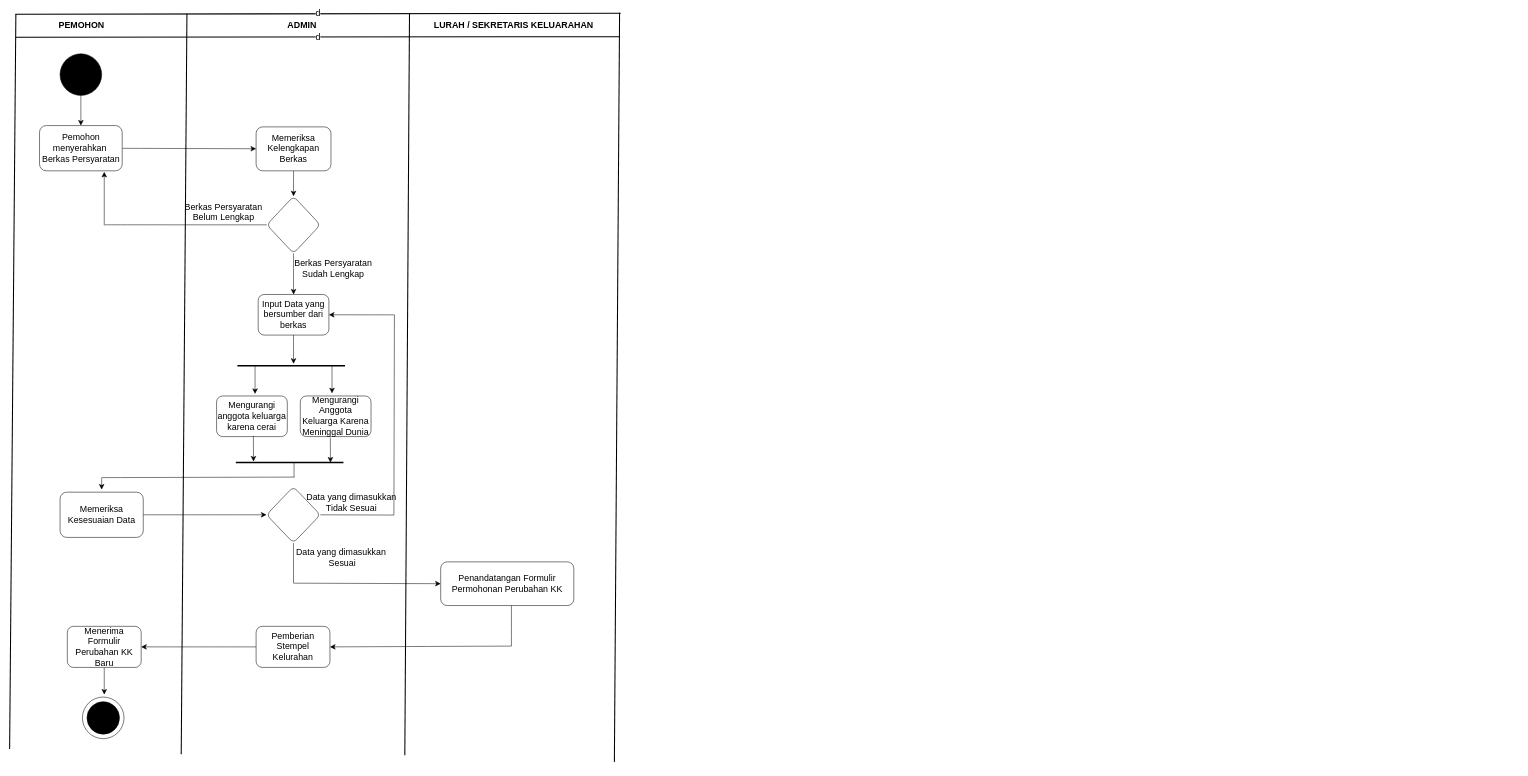
This is Entity PKL.drawio from dickisepto/Latihan-GIT, a draw.io file, before an edit. Source tidied: cells renumbered, new cells numbered last; positions are measured from the earlier drawing's top-left corner, leaving out a move shared by most shapes. Both pictures are drawn from the tidied source at 52%, with x=0, y=0 at pixel (9, 12).
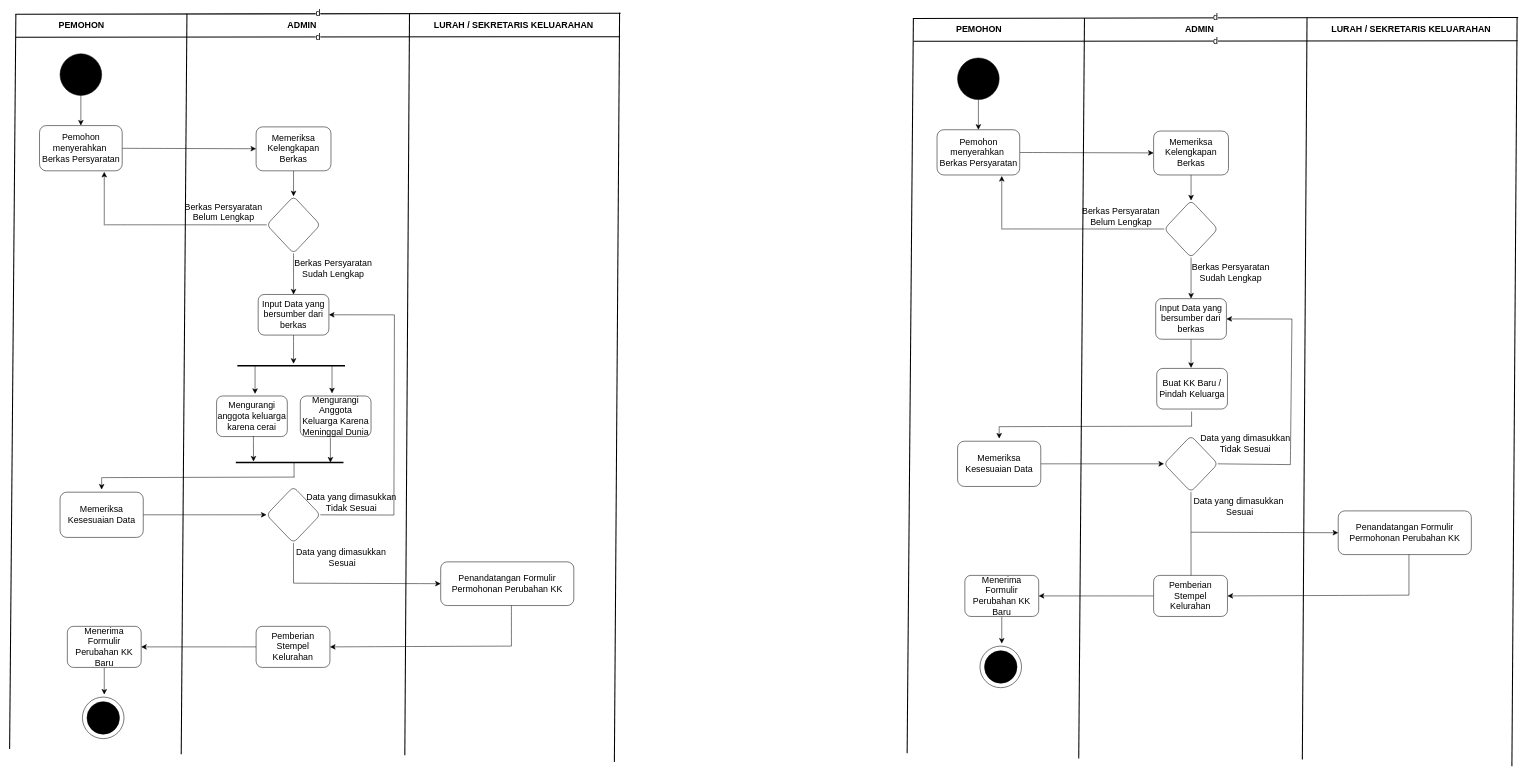
The same page after the edit.

The edit, as a diff of the source:
```diff
@@
+    <mxCell id="55" value="d" style="endArrow=none;html=1;rounded=0;strokeColor=default;strokeWidth=2;fontSize=17;" parent="1" edge="1">
+      <mxGeometry relative="1" as="geometry">
+        <mxPoint x="1737" y="11" as="sourcePoint" />
+        <mxPoint x="2901" y="9" as="targetPoint" />
+      </mxGeometry>
+    </mxCell>
+    <mxCell id="56" value="PEMOHON" style="text;html=1;align=center;verticalAlign=middle;strokeColor=none;fillColor=none;fontSize=17;strokeWidth=2;fontStyle=1;" parent="1" vertex="1">
+      <mxGeometry x="1809" y="16" width="109" height="32" as="geometry" />
+    </mxCell>
+    <mxCell id="57" value="ADMIN" style="text;html=1;align=center;verticalAlign=middle;fontSize=17;strokeWidth=2;fontStyle=1;" parent="1" vertex="1">
+      <mxGeometry x="2251" y="16" width="73" height="32" as="geometry" />
+    </mxCell>
+    <mxCell id="58" value="LURAH / SEKRETARIS KELUARAHAN" style="text;html=1;align=center;verticalAlign=middle;strokeColor=none;fillColor=none;fontSize=17;strokeWidth=2;fontStyle=1;" parent="1" vertex="1">
+      <mxGeometry x="2535" y="16" width="320" height="32" as="geometry" />
+    </mxCell>
+    <mxCell id="59" value="d" style="endArrow=none;html=1;rounded=0;strokeColor=default;strokeWidth=2;fontSize=17;" parent="1" edge="1">
+      <mxGeometry relative="1" as="geometry">
+        <mxPoint x="1738" y="55" as="sourcePoint" />
+        <mxPoint x="2900" y="54" as="targetPoint" />
+      </mxGeometry>
+    </mxCell>
+    <mxCell id="60" style="endArrow=none;html=1;rounded=0;fontSize=17;startSize=8;endSize=8;curved=1;strokeWidth=2;" parent="1" edge="1">
+      <mxGeometry relative="1" as="geometry">
+        <mxPoint x="1726" y="1424" as="sourcePoint" />
+        <mxPoint x="1738" y="11" as="targetPoint" />
+      </mxGeometry>
+    </mxCell>
+    <mxCell id="61" style="endArrow=none;html=1;rounded=0;fontSize=12;startSize=8;endSize=8;curved=1;strokeWidth=2;" parent="1" edge="1">
+      <mxGeometry relative="1" as="geometry">
+        <mxPoint x="2889" y="1449" as="sourcePoint" />
+        <mxPoint x="2899" y="8" as="targetPoint" />
+      </mxGeometry>
+    </mxCell>
+    <mxCell id="62" style="endArrow=none;html=1;rounded=0;fontSize=12;startSize=8;endSize=8;curved=1;strokeWidth=2;" parent="1" edge="1">
+      <mxGeometry relative="1" as="geometry">
+        <mxPoint x="2056" y="1434" as="sourcePoint" />
+        <mxPoint x="2067" y="10" as="targetPoint" />
+      </mxGeometry>
+    </mxCell>
+    <mxCell id="63" style="endArrow=none;html=1;rounded=0;fontSize=12;startSize=8;endSize=8;curved=1;strokeWidth=2;" parent="1" edge="1">
+      <mxGeometry relative="1" as="geometry">
+        <mxPoint x="2486" y="1436" as="sourcePoint" />
+        <mxPoint x="2495" y="9" as="targetPoint" />
+      </mxGeometry>
+    </mxCell>
+    <mxCell id="64" style="edgeStyle=none;curved=1;rounded=0;jettySize=auto;html=1;entryX=0.5;entryY=0;entryDx=0;entryDy=0;fontSize=17;startSize=8;endSize=8;" parent="1" edge="1" source="65" target="67">
+      <mxGeometry relative="1" as="geometry" />
+    </mxCell>
+    <mxCell id="65" style="ellipse;whiteSpace=wrap;html=1;fontSize=17;fillColor=#000000;" parent="1" vertex="1">
+      <mxGeometry x="1823" y="87" width="80" height="80" as="geometry" />
+    </mxCell>
+    <mxCell id="66" style="edgeStyle=none;curved=1;rounded=0;jettySize=auto;html=1;fontSize=17;startSize=8;endSize=8;" parent="1" edge="1" source="67" target="69">
+      <mxGeometry relative="1" as="geometry" />
+    </mxCell>
+    <mxCell id="67" value="Pemohon menyerahkan&amp;nbsp; Berkas Persyaratan" style="rounded=1;whiteSpace=wrap;html=1;fontSize=17;" parent="1" vertex="1">
+      <mxGeometry x="1783.5" y="225" width="159" height="87" as="geometry" />
+    </mxCell>
+    <mxCell id="68" style="edgeStyle=none;curved=1;rounded=0;jettySize=auto;html=1;fontSize=17;startSize=8;endSize=8;" parent="1" edge="1" source="69" target="71">
+      <mxGeometry relative="1" as="geometry" />
+    </mxCell>
+    <mxCell id="69" value="Memeriksa Kelengkapan Berkas" style="whiteSpace=wrap;html=1;fontSize=17;rounded=1;" parent="1" vertex="1">
+      <mxGeometry x="2200" y="227.5" width="144" height="84.5" as="geometry" />
+    </mxCell>
+    <mxCell id="70" style="edgeStyle=none;curved=1;rounded=0;jettySize=auto;html=1;fontSize=17;startSize=8;endSize=8;" parent="1" edge="1" source="71" target="76">
+      <mxGeometry relative="1" as="geometry" />
+    </mxCell>
+    <mxCell id="71" style="rhombus;whiteSpace=wrap;html=1;fontSize=17;rounded=1;" parent="1" vertex="1">
+      <mxGeometry x="2220.5" y="361" width="103" height="109.8" as="geometry" />
+    </mxCell>
+    <mxCell id="72" style="endArrow=none;html=1;rounded=0;fontSize=17;startSize=8;endSize=8;curved=1;entryX=0;entryY=0.5;entryDx=0;entryDy=0;" parent="1" edge="1" target="71">
+      <mxGeometry relative="1" as="geometry">
+        <mxPoint x="1909" y="415.8" as="sourcePoint" />
+      </mxGeometry>
+    </mxCell>
+    <mxCell id="73" style="endArrow=classic;html=1;rounded=0;fontSize=17;startSize=8;endSize=8;curved=1;entryX=0.612;entryY=1.023;entryDx=0;entryDy=0;entryPerimeter=0;" parent="1" edge="1">
+      <mxGeometry relative="1" as="geometry">
+        <mxPoint x="1908" y="417" as="sourcePoint" />
+        <mxPoint x="1908" y="314" as="targetPoint" />
+      </mxGeometry>
+    </mxCell>
+    <mxCell id="74" value="&lt;div style=&quot;font-size: 17px;&quot;&gt;Berkas Persyaratan&lt;/div&gt;&lt;div style=&quot;font-size: 17px;&quot;&gt;Belum Lengkap&lt;br style=&quot;font-size: 17px;&quot;&gt;&lt;/div&gt;" style="text;html=1;align=center;verticalAlign=middle;strokeColor=none;fillColor=none;fontSize=17;" parent="1" vertex="1">
+      <mxGeometry x="2054" y="365" width="166" height="53" as="geometry" />
+    </mxCell>
+    <mxCell id="75" style="edgeStyle=none;curved=1;rounded=0;jettySize=auto;html=1;fontSize=17;startSize=8;endSize=8;" parent="1" edge="1" source="76">
+      <mxGeometry relative="1" as="geometry">
+        <mxPoint x="2272" y="683" as="targetPoint" />
+      </mxGeometry>
+    </mxCell>
+    <mxCell id="76" value="Input Data yang bersumber dari berkas " style="whiteSpace=wrap;html=1;fontSize=17;rounded=1;" parent="1" vertex="1">
+      <mxGeometry x="2204" y="549.8" width="136" height="78.1" as="geometry" />
+    </mxCell>
+    <mxCell id="77" value="&lt;div style=&quot;font-size: 17px;&quot;&gt;Berkas Persyaratan&lt;/div&gt;&lt;div style=&quot;font-size: 17px;&quot;&gt;Sudah Lengkap&lt;br style=&quot;font-size: 17px;&quot;&gt;&lt;/div&gt;" style="text;html=1;align=center;verticalAlign=middle;strokeColor=none;fillColor=none;fontSize=17;" parent="1" vertex="1">
+      <mxGeometry x="2265" y="473" width="166" height="53" as="geometry" />
+    </mxCell>
+    <mxCell id="78" value="Buat KK Baru / Pindah Keluarga" style="whiteSpace=wrap;html=1;fontSize=17;rounded=1;" parent="1" vertex="1">
+      <mxGeometry x="2206" y="684" width="136" height="78.1" as="geometry" />
+    </mxCell>
+    <mxCell id="79" style="endArrow=none;html=1;rounded=0;fontSize=17;startSize=8;endSize=8;curved=1;" parent="1" edge="1">
+      <mxGeometry relative="1" as="geometry">
+        <mxPoint x="2273" y="795" as="sourcePoint" />
+        <mxPoint x="2273" y="767" as="targetPoint" />
+      </mxGeometry>
+    </mxCell>
+    <mxCell id="80" style="endArrow=none;html=1;rounded=0;fontSize=17;startSize=8;endSize=8;curved=1;" parent="1" edge="1">
+      <mxGeometry relative="1" as="geometry">
+        <mxPoint x="1903" y="796" as="sourcePoint" />
+        <mxPoint x="2274" y="795" as="targetPoint" />
+      </mxGeometry>
+    </mxCell>
+    <mxCell id="81" style="endArrow=classic;html=1;rounded=0;fontSize=17;startSize=8;endSize=8;curved=1;" parent="1" edge="1">
+      <mxGeometry relative="1" as="geometry">
+        <mxPoint x="1903" y="796" as="sourcePoint" />
+        <mxPoint x="1903" y="819" as="targetPoint" />
+      </mxGeometry>
+    </mxCell>
+    <mxCell id="82" style="edgeStyle=none;curved=1;rounded=0;jettySize=auto;html=1;fontSize=17;startSize=8;endSize=8;" parent="1" edge="1" source="83" target="85">
+      <mxGeometry relative="1" as="geometry" />
+    </mxCell>
+    <mxCell id="83" value="Memeriksa Kesesuaian Data " style="rounded=1;whiteSpace=wrap;html=1;fontSize=17;" parent="1" vertex="1">
+      <mxGeometry x="1823" y="824" width="160" height="87" as="geometry" />
+    </mxCell>
+    <mxCell id="84" style="edgeStyle=none;curved=1;rounded=0;jettySize=auto;html=1;fontSize=17;startSize=8;endSize=8;endArrow=none;endFill=0;" parent="1" edge="1" source="85">
+      <mxGeometry relative="1" as="geometry">
+        <mxPoint x="2272" y="1105" as="targetPoint" />
+      </mxGeometry>
+    </mxCell>
+    <mxCell id="85" style="rhombus;whiteSpace=wrap;html=1;fontSize=17;rounded=1;" parent="1" vertex="1">
+      <mxGeometry x="2220" y="813.5" width="103.5" height="108" as="geometry" />
+    </mxCell>
+    <mxCell id="86" style="endArrow=none;html=1;rounded=0;fontSize=17;startSize=8;endSize=8;curved=1;exitX=1;exitY=0.5;exitDx=0;exitDy=0;" parent="1" edge="1" source="85">
+      <mxGeometry relative="1" as="geometry">
+        <mxPoint x="2463" y="869" as="targetPoint" />
+      </mxGeometry>
+    </mxCell>
+    <mxCell id="87" style="endArrow=none;html=1;rounded=0;fontSize=17;startSize=8;endSize=8;curved=1;" parent="1" edge="1">
+      <mxGeometry relative="1" as="geometry">
+        <mxPoint x="2463" y="869" as="sourcePoint" />
+        <mxPoint x="2466" y="589" as="targetPoint" />
+      </mxGeometry>
+    </mxCell>
+    <mxCell id="88" style="endArrow=classic;html=1;rounded=0;fontSize=17;startSize=8;endSize=8;curved=1;entryX=1;entryY=0.5;entryDx=0;entryDy=0;" parent="1" edge="1" target="76">
+      <mxGeometry relative="1" as="geometry">
+        <mxPoint x="2466" y="589" as="sourcePoint" />
+      </mxGeometry>
+    </mxCell>
+    <mxCell id="89" value="&lt;div style=&quot;font-size: 17px;&quot;&gt;Data yang dimasukkan&lt;/div&gt;&lt;div style=&quot;font-size: 17px;&quot;&gt;Tidak Sesuai&lt;br style=&quot;font-size: 17px;&quot;&gt;&lt;/div&gt;" style="text;html=1;align=center;verticalAlign=middle;strokeColor=none;fillColor=none;fontSize=17;" parent="1" vertex="1">
+      <mxGeometry x="2282" y="802" width="188" height="53" as="geometry" />
+    </mxCell>
+    <mxCell id="90" value="&lt;div style=&quot;font-size: 17px;&quot;&gt;Data yang dimasukkan&lt;/div&gt;&lt;div style=&quot;font-size: 17px;&quot;&gt;&amp;nbsp;Sesuai&lt;br style=&quot;font-size: 17px;&quot;&gt;&lt;/div&gt;" style="text;html=1;align=center;verticalAlign=middle;strokeColor=none;fillColor=none;fontSize=17;" parent="1" vertex="1">
+      <mxGeometry x="2269" y="924" width="188" height="53" as="geometry" />
+    </mxCell>
+    <mxCell id="91" value="Penandatangan Formulir Permohonan Perubahan KK" style="rounded=1;whiteSpace=wrap;html=1;fontSize=17;" parent="1" vertex="1">
+      <mxGeometry x="2555" y="958" width="256" height="84" as="geometry" />
+    </mxCell>
+    <mxCell id="92" style="endArrow=classic;html=1;rounded=0;fontSize=17;startSize=8;endSize=8;curved=1;entryX=0;entryY=0.5;entryDx=0;entryDy=0;" parent="1" edge="1" target="91">
+      <mxGeometry relative="1" as="geometry">
+        <mxPoint x="2272" y="999" as="sourcePoint" />
+      </mxGeometry>
+    </mxCell>
+    <mxCell id="93" style="edgeStyle=none;curved=1;rounded=0;orthogonalLoop=1;jettySize=auto;html=1;fontSize=17;startSize=8;endSize=8;endArrow=none;endFill=0;" parent="1" edge="1">
+      <mxGeometry relative="1" as="geometry">
+        <mxPoint x="2691" y="1042" as="sourcePoint" />
+        <mxPoint x="2691" y="1120" as="targetPoint" />
+      </mxGeometry>
+    </mxCell>
+    <mxCell id="94" style="endArrow=classic;html=1;rounded=0;fontSize=17;startSize=8;endSize=8;curved=1;entryX=1;entryY=0.5;entryDx=0;entryDy=0;" parent="1" edge="1" target="96">
+      <mxGeometry relative="1" as="geometry">
+        <mxPoint x="2691" y="1120" as="sourcePoint" />
+      </mxGeometry>
+    </mxCell>
+    <mxCell id="95" style="edgeStyle=none;curved=1;rounded=0;jettySize=auto;html=1;fontSize=17;startSize=8;endSize=8;" parent="1" edge="1" source="96" target="98">
+      <mxGeometry relative="1" as="geometry" />
+    </mxCell>
+    <mxCell id="96" value="Pemberian Stempel Kelurahan" style="rounded=1;whiteSpace=wrap;html=1;fontSize=17;" parent="1" vertex="1">
+      <mxGeometry x="2200" y="1082" width="142" height="79" as="geometry" />
+    </mxCell>
+    <mxCell id="97" style="edgeStyle=none;curved=1;rounded=0;jettySize=auto;html=1;fontSize=17;startSize=8;endSize=8;" parent="1" edge="1" source="98">
+      <mxGeometry relative="1" as="geometry">
+        <mxPoint x="1908" y="1213.3" as="targetPoint" />
+      </mxGeometry>
+    </mxCell>
+    <mxCell id="98" value="Menerima Formulir Perubahan KK Baru" style="rounded=1;whiteSpace=wrap;html=1;fontSize=17;" parent="1" vertex="1">
+      <mxGeometry x="1837" y="1082" width="142" height="79" as="geometry" />
+    </mxCell>
+    <mxCell id="99" style="ellipse;whiteSpace=wrap;html=1;fontSize=17;" parent="1" vertex="1">
+      <mxGeometry x="1866" y="1218" width="80" height="80" as="geometry" />
+    </mxCell>
+    <mxCell id="100" style="ellipse;whiteSpace=wrap;html=1;fontSize=17;fillColor=#000000;" parent="1" vertex="1">
+      <mxGeometry x="1874.8" y="1226.8" width="62.5" height="62.5" as="geometry" />
+    </mxCell>
```
